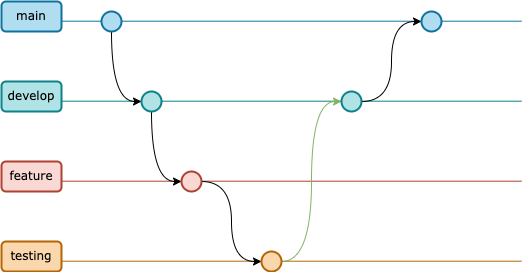
The draw.io diagram images/diagrams/gitflow-ok.png in DevOps-Obligatorio/documentacion, before a commit. Source tidied: cells renumbered, new cells last; positions are measured from the earlier drawing's top-left corner, leaving out a move shared by most shapes.
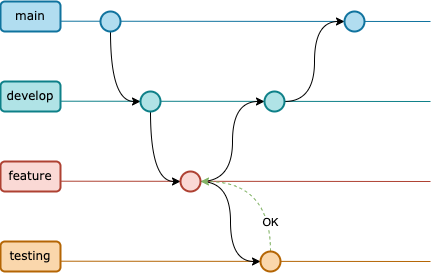
Later version of the same file.

Commit message:
imagenes de gitflow nuevas

Diff of the diagram source:
```diff
@@ -5,25 +5,25 @@
     <mxCell id="2" style="endArrow=none;html=1;rounded=0;curved=1;fillColor=#b0e3e6;strokeColor=#0e8088;" parent="1" edge="1">
       <mxGeometry relative="1" as="geometry">
         <mxPoint x="60" y="99.7" as="sourcePoint" />
-        <mxPoint x="520" y="99.7" as="targetPoint" />
+        <mxPoint x="430" y="100" as="targetPoint" />
       </mxGeometry>
     </mxCell>
     <mxCell id="3" style="endArrow=none;html=1;rounded=0;curved=1;fillColor=#fad7ac;strokeColor=#b46504;" parent="1" edge="1">
       <mxGeometry relative="1" as="geometry">
         <mxPoint x="60" y="259.7" as="sourcePoint" />
-        <mxPoint x="520" y="259.7" as="targetPoint" />
+        <mxPoint x="430" y="260" as="targetPoint" />
       </mxGeometry>
     </mxCell>
     <mxCell id="4" style="endArrow=none;html=1;rounded=0;curved=1;fillColor=#fad9d5;strokeColor=#ae4132;" parent="1" edge="1">
       <mxGeometry relative="1" as="geometry">
         <mxPoint x="60" y="179.7" as="sourcePoint" />
-        <mxPoint x="520" y="179.7" as="targetPoint" />
+        <mxPoint x="430" y="180" as="targetPoint" />
       </mxGeometry>
     </mxCell>
     <mxCell id="5" style="endArrow=none;html=1;rounded=0;curved=1;fillColor=#b1ddf0;strokeColor=#10739e;" parent="1" edge="1">
       <mxGeometry relative="1" as="geometry">
         <mxPoint x="60" y="19.7" as="sourcePoint" />
-        <mxPoint x="520" y="19.7" as="targetPoint" />
+        <mxPoint x="430" y="20" as="targetPoint" />
       </mxGeometry>
     </mxCell>
     <mxCell id="6" value="main" style="text;html=1;strokeColor=#10739e;fillColor=#b1ddf0;align=center;verticalAlign=middle;whiteSpace=wrap;rounded=1;fontFamily=Verdana;strokeWidth=2;" parent="1" vertex="1">
@@ -50,12 +50,20 @@
     <mxCell id="13" style="edgeStyle=orthogonalEdgeStyle;curved=1;rounded=0;jettySize=auto;html=1;exitX=1;exitY=0.5;exitDx=0;exitDy=0;entryX=0;entryY=0.5;entryDx=0;entryDy=0;" parent="1" edge="1" source="14" target="16">
       <mxGeometry relative="1" as="geometry" />
     </mxCell>
+    <mxCell id="21" style="edgeStyle=orthogonalEdgeStyle;curved=1;rounded=0;jettySize=auto;html=1;exitX=1;exitY=0.5;exitDx=0;exitDy=0;entryX=0;entryY=0.5;entryDx=0;entryDy=0;" parent="1" edge="1" source="14" target="18">
+      <mxGeometry relative="1" as="geometry" />
+    </mxCell>
     <mxCell id="14" style="ellipse;whiteSpace=wrap;html=1;fontFamily=Verdana;strokeWidth=2;fillColor=#fad9d5;strokeColor=#ae4132;" parent="1" vertex="1">
       <mxGeometry x="180" y="170" width="20" height="20" as="geometry" />
     </mxCell>
-    <mxCell id="15" style="edgeStyle=orthogonalEdgeStyle;curved=1;rounded=0;jettySize=auto;html=1;exitX=1;exitY=0.5;exitDx=0;exitDy=0;entryX=0;entryY=0.5;entryDx=0;entryDy=0;fillColor=#d5e8d4;strokeColor=#82b366;" parent="1" edge="1" source="16" target="18">
-      <mxGeometry relative="1" as="geometry" />
-    </mxCell>
+    <mxCell id="22" style="edgeStyle=orthogonalEdgeStyle;rounded=0;jettySize=auto;html=1;exitX=0.5;exitY=0;exitDx=0;exitDy=0;curved=1;entryX=1;entryY=0.5;entryDx=0;entryDy=0;fillColor=#d5e8d4;strokeColor=#82b366;dashed=1;" parent="1" edge="1" source="16" target="14">
+      <mxGeometry relative="1" as="geometry" />
+    </mxCell>
+    <mxCell id="23" value="OK" style="edgeLabel;html=1;align=center;verticalAlign=middle;" parent="22" vertex="1">
+      <mxGeometry x="-0.4" y="10" relative="1" as="geometry">
+        <mxPoint x="10" y="13" as="offset" />
+      </mxGeometry>
+    </mxCell>
     <mxCell id="16" style="ellipse;whiteSpace=wrap;html=1;fontFamily=Verdana;strokeWidth=2;fillColor=#fad7ac;strokeColor=#b46504;" parent="1" vertex="1">
       <mxGeometry x="260" y="250" width="20" height="20" as="geometry" />
     </mxCell>
@@ -63,13 +71,13 @@
       <mxGeometry relative="1" as="geometry" />
     </mxCell>
     <mxCell id="18" style="ellipse;whiteSpace=wrap;html=1;fontFamily=Verdana;strokeWidth=2;fillColor=#b0e3e6;strokeColor=#0e8088;" parent="1" vertex="1">
-      <mxGeometry x="340" y="90" width="20" height="20" as="geometry" />
+      <mxGeometry x="264" y="90" width="20" height="20" as="geometry" />
     </mxCell>
     <mxCell id="19" value="feature" style="text;html=1;strokeColor=#ae4132;fillColor=#fad9d5;align=center;verticalAlign=middle;whiteSpace=wrap;rounded=1;fontFamily=Verdana;strokeWidth=2;" parent="1" vertex="1">
       <mxGeometry y="160" width="60" height="30" as="geometry" />
     </mxCell>
     <mxCell id="20" style="ellipse;whiteSpace=wrap;html=1;fontFamily=Verdana;strokeWidth=2;fillColor=#b1ddf0;strokeColor=#10739e;" parent="1" vertex="1">
-      <mxGeometry x="420" y="10" width="20" height="20" as="geometry" />
+      <mxGeometry x="344" y="10" width="20" height="20" as="geometry" />
     </mxCell>
   </root>
 </mxGraphModel>
```
